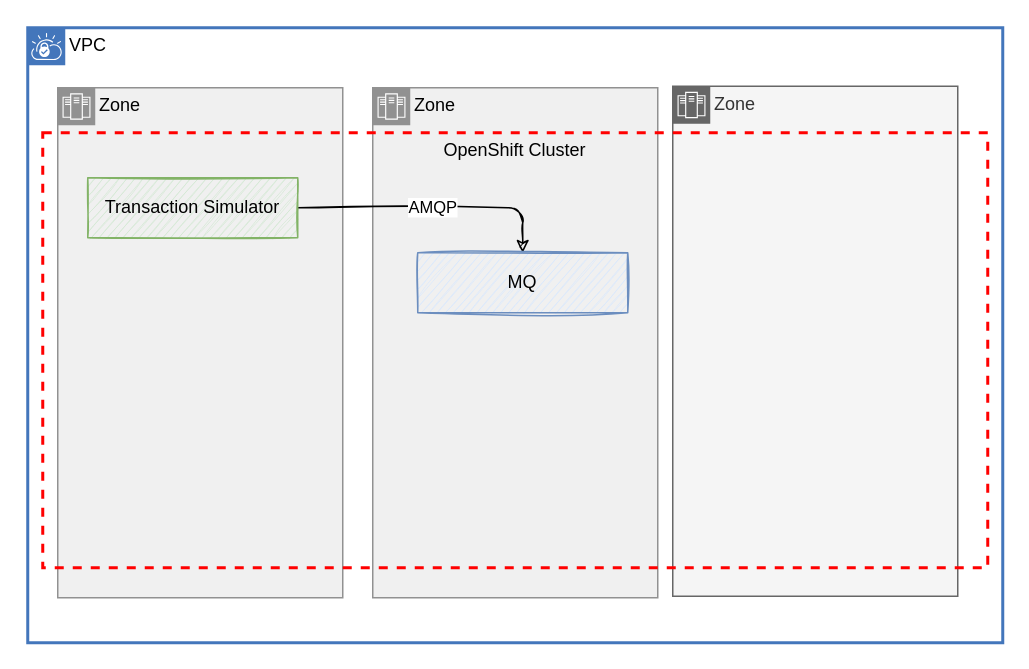
jbcodeforce/life-insurance-demo keeps this draw.io diagram as docs/diagrams/tx-simulator.drawio. Above is the earlier version. Source tidied: cells renumbered, new cells numbered last; positions are measured from the earlier drawing's top-left corner, leaving out a move shared by most shapes. Both pictures are drawn from the tidied source at 150%, with x=0, y=0 at pixel (27, 27).
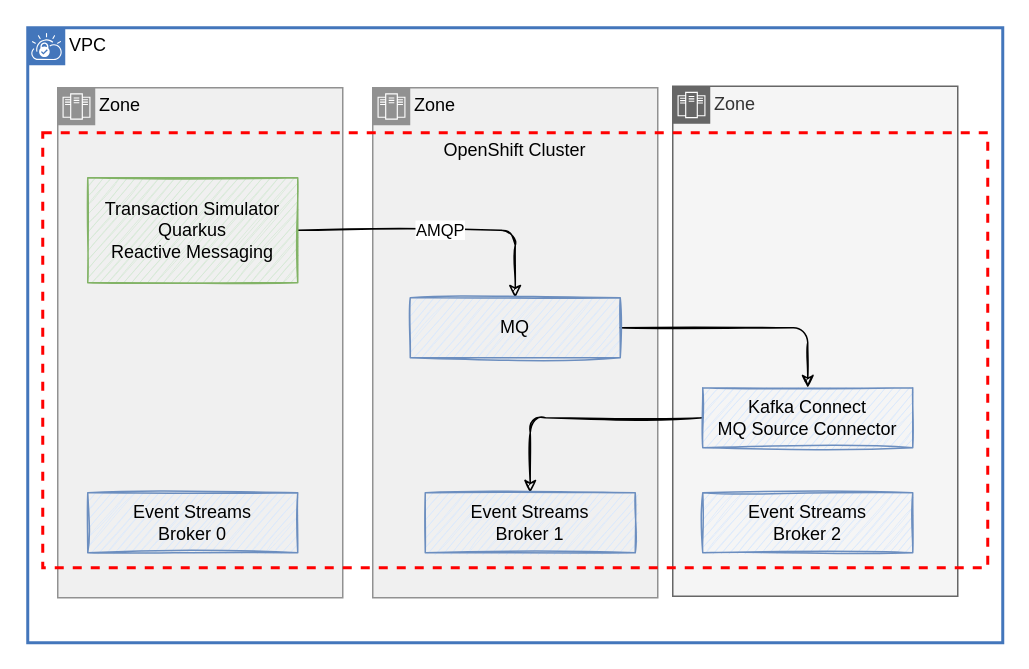
The same page after the edit.

Change to the diagram source:
```diff
@@
 <mxGraphModel>
   <root>
     <mxCell id="0" />
     <mxCell id="1" parent="0" />
     <mxCell id="2" value="VPC" style="shape=mxgraph.ibm.box;prType=vpc;fontStyle=0;verticalAlign=top;align=left;spacingLeft=32;spacingTop=4;fillColor=none;rounded=0;whiteSpace=wrap;html=1;strokeColor=#4376BB;strokeWidth=2;dashed=0;spacing=-4;" parent="1" vertex="1">
       <mxGeometry width="650" height="410" as="geometry" />
     </mxCell>
     <mxCell id="3" value="Zone" style="shape=mxgraph.ibm.box;prType=zone;fontStyle=0;verticalAlign=top;align=left;spacingLeft=32;spacingTop=4;fillColor=#f5f5f5;rounded=0;whiteSpace=wrap;html=1;strokeColor=#666666;strokeWidth=1;dashed=0;spacing=-4;fontColor=#333333;" parent="2" vertex="1">
       <mxGeometry x="430" y="39" width="190" height="340" as="geometry" />
     </mxCell>
     <mxCell id="4" value="Zone" style="shape=mxgraph.ibm.box;prType=zone;fontStyle=0;verticalAlign=top;align=left;spacingLeft=32;spacingTop=4;fillColor=#F0F0F0;rounded=0;whiteSpace=wrap;html=1;strokeColor=#919191;strokeWidth=1;dashed=0;spacing=-4;" parent="2" vertex="1">
       <mxGeometry x="230" y="40" width="190" height="340" as="geometry" />
     </mxCell>
     <mxCell id="5" value="Zone" style="shape=mxgraph.ibm.box;prType=zone;fontStyle=0;verticalAlign=top;align=left;spacingLeft=32;spacingTop=4;fillColor=#F0F0F0;rounded=0;whiteSpace=wrap;html=1;strokeColor=#919191;strokeWidth=1;dashed=0;spacing=-4;" parent="2" vertex="1">
       <mxGeometry x="20" y="40" width="190" height="340" as="geometry" />
     </mxCell>
     <mxCell id="6" value="OpenShift Cluster" style="fontStyle=0;verticalAlign=top;align=center;spacingTop=-2;fillColor=none;rounded=0;whiteSpace=wrap;html=1;strokeColor=#FF0000;strokeWidth=2;dashed=1;" parent="5" vertex="1">
       <mxGeometry x="-10" y="30" width="630" height="290" as="geometry" />
     </mxCell>
     <mxCell id="7" value="AMQP" style="edgeStyle=orthogonalEdgeStyle;html=1;entryX=0.5;entryY=0;entryDx=0;entryDy=0;sketch=1;" parent="6" edge="1" source="8" target="9">
       <mxGeometry relative="1" as="geometry" />
     </mxCell>
-    <mxCell id="8" value="Transaction Simulator" style="rounded=0;whiteSpace=wrap;html=1;strokeColor=#82b366;sketch=1;fillColor=#d5e8d4;" parent="6" vertex="1">
-      <mxGeometry x="30" y="30" width="140" height="40" as="geometry" />
+    <mxCell id="8" value="Transaction Simulator&lt;br&gt;Quarkus&lt;br&gt;Reactive Messaging" style="rounded=0;whiteSpace=wrap;html=1;strokeColor=#82b366;sketch=1;fillColor=#d5e8d4;" parent="6" vertex="1">
+      <mxGeometry x="30" y="30" width="140" height="70" as="geometry" />
     </mxCell>
+    <mxCell id="10" style="edgeStyle=orthogonalEdgeStyle;html=1;entryX=0.5;entryY=0;entryDx=0;entryDy=0;sketch=1;" parent="6" edge="1" source="9" target="12">
+      <mxGeometry relative="1" as="geometry" />
+    </mxCell>
     <mxCell id="9" value="MQ" style="rounded=0;whiteSpace=wrap;html=1;strokeColor=#6c8ebf;sketch=1;fillColor=#dae8fc;" parent="6" vertex="1">
-      <mxGeometry x="250" y="80" width="140" height="40" as="geometry" />
+      <mxGeometry x="245" y="110" width="140" height="40" as="geometry" />
     </mxCell>
+    <mxCell id="11" style="edgeStyle=orthogonalEdgeStyle;sketch=1;html=1;" parent="6" edge="1" source="12" target="14">
+      <mxGeometry relative="1" as="geometry" />
+    </mxCell>
+    <mxCell id="12" value="Kafka Connect&lt;br&gt;MQ Source Connector" style="rounded=0;whiteSpace=wrap;html=1;strokeColor=#6c8ebf;sketch=1;fillColor=#dae8fc;" parent="6" vertex="1">
+      <mxGeometry x="440" y="170" width="140" height="40" as="geometry" />
+    </mxCell>
+    <mxCell id="13" value="Event Streams &lt;br&gt;Broker 0" style="rounded=0;whiteSpace=wrap;html=1;strokeColor=#6c8ebf;sketch=1;fillColor=#dae8fc;" parent="6" vertex="1">
+      <mxGeometry x="30" y="240" width="140" height="40" as="geometry" />
+    </mxCell>
+    <mxCell id="14" value="Event Streams &lt;br&gt;Broker 1" style="rounded=0;whiteSpace=wrap;html=1;strokeColor=#6c8ebf;sketch=1;fillColor=#dae8fc;" parent="6" vertex="1">
+      <mxGeometry x="255" y="240" width="140" height="40" as="geometry" />
+    </mxCell>
+    <mxCell id="15" value="Event Streams &lt;br&gt;Broker 2" style="rounded=0;whiteSpace=wrap;html=1;strokeColor=#6c8ebf;sketch=1;fillColor=#dae8fc;" parent="6" vertex="1">
+      <mxGeometry x="440" y="240" width="140" height="40" as="geometry" />
+    </mxCell>
   </root>
 </mxGraphModel>
```
